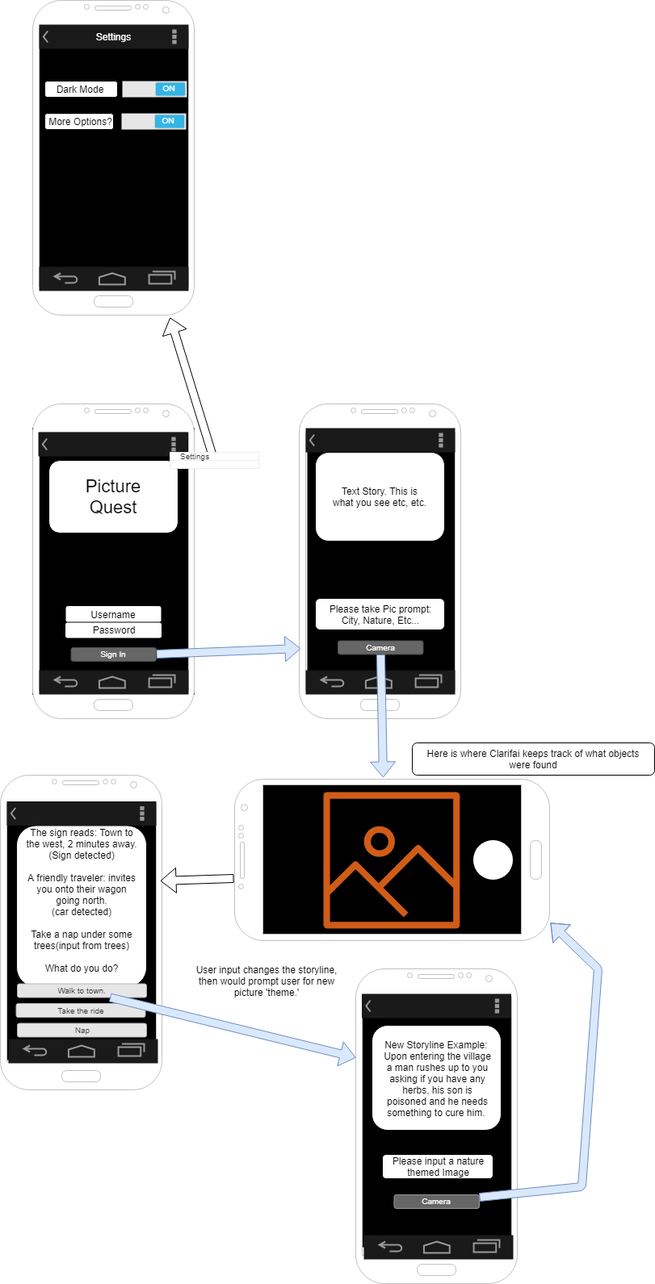
Before: docs/pqwireframe.png, a diagram exported from draw.io (balexander16/PictureQuest). Source tidied: cells renumbered, new cells last; positions are measured from the earlier drawing's top-left corner, leaving out a move shared by most shapes.
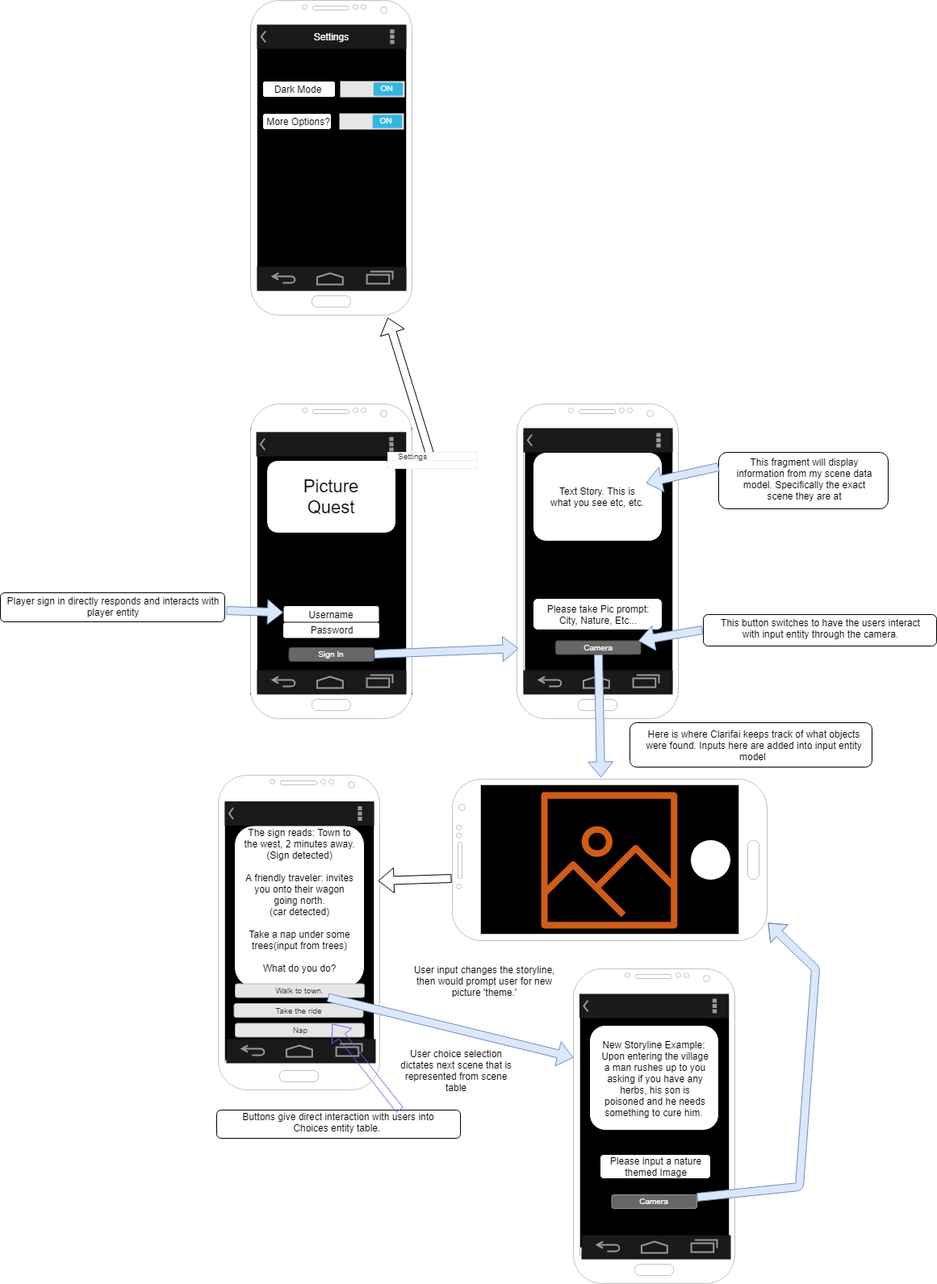
Later version of the same file.

What changed in the source:
```diff
@@ -9,7 +9,7 @@
       <mxGeometry y="1056" width="323" height="190" as="geometry" />
     </mxCell>
     <mxCell id="4" style="rounded=1;whiteSpace=wrap;html=1;fillColor=#FFFFFF;" parent="1" vertex="1">
-      <mxGeometry x="569" y="920" width="300" height="40" as="geometry" />
+      <mxGeometry x="569" y="895" width="300" height="55" as="geometry" />
     </mxCell>
     <mxCell id="5" style="rounded=0;whiteSpace=wrap;html=1;fillColor=#000000;" parent="1" vertex="1">
       <mxGeometry x="384" y="970" width="325" height="190" as="geometry" />
@@ -144,8 +144,8 @@
     <mxCell id="47" style="rounded=1;whiteSpace=wrap;html=1;fillColor=#FFFFFF;" parent="1" vertex="1">
       <mxGeometry x="79" y="1022.5" width="161" height="200" as="geometry" />
     </mxCell>
-    <mxCell id="48" value="Here is where Clarifai keeps track of what objects were found" style="text;html=1;strokeColor=none;fillColor=none;align=center;verticalAlign=middle;whiteSpace=wrap;rounded=0;" parent="1" vertex="1">
-      <mxGeometry x="579" y="920" width="280" height="40" as="geometry" />
+    <mxCell id="48" value="Here is where Clarifai keeps track of what objects were found. Inputs here are added into input entity model&amp;nbsp;" style="text;html=1;strokeColor=none;fillColor=none;align=center;verticalAlign=middle;whiteSpace=wrap;rounded=0;" parent="1" vertex="1">
+      <mxGeometry x="582.5" y="902.5" width="280" height="40" as="geometry" />
     </mxCell>
     <mxCell id="49" value="The sign reads: Town to the west, 2 minutes away.&lt;br&gt;(Sign detected)&lt;br&gt;&lt;br&gt;A friendly traveler: invites you onto their wagon going north.&lt;br&gt;(car detected)&lt;br&gt;&lt;br&gt;Take a nap under some trees(input from trees)&lt;br&gt;&lt;br&gt;What do you do?&lt;br&gt;" style="text;html=1;strokeColor=none;fillColor=none;align=center;verticalAlign=middle;whiteSpace=wrap;rounded=0;" parent="1" vertex="1">
       <mxGeometry x="89" y="1030" width="142" height="170" as="geometry" />
@@ -206,5 +206,46 @@
     <mxCell id="66" style="strokeWidth=1;html=1;shadow=0;dashed=0;shape=mxgraph.android.action_bar;fillColor=#1A1A1A;strokeColor=#c0c0c0;strokeWidth=2;fontColor=#FFFFFF;" parent="1" vertex="1">
       <mxGeometry x="437" y="530" width="185" height="30" as="geometry" />
     </mxCell>
+    <mxCell id="67" style="rounded=1;whiteSpace=wrap;html=1;" parent="1" vertex="1">
+      <mxGeometry x="679" y="560" width="210" height="70" as="geometry" />
+    </mxCell>
+    <mxCell id="68" value="This fragment will display information from my scene data model. Specifically the exact scene they are at" style="text;html=1;strokeColor=none;fillColor=none;align=center;verticalAlign=middle;whiteSpace=wrap;rounded=0;" parent="1" vertex="1">
+      <mxGeometry x="692" y="535" width="187" height="115" as="geometry" />
+    </mxCell>
+    <mxCell id="69" style="shape=flexArrow;endArrow=classic;html=1;exitX=0;exitY=0.25;exitDx=0;exitDy=0;entryX=1;entryY=0.25;entryDx=0;entryDy=0;strokeColor=#6c8ebf;fillColor=#dae8fc;" parent="1" edge="1" source="67" target="38">
+      <mxGeometry relative="1" as="geometry" />
+    </mxCell>
+    <mxCell id="70" style="rounded=1;whiteSpace=wrap;html=1;" parent="1" vertex="1">
+      <mxGeometry x="660" y="761" width="289" height="39" as="geometry" />
+    </mxCell>
+    <mxCell id="71" value="This button switches to have the users interact with input entity through the camera." style="text;html=1;strokeColor=none;fillColor=none;align=center;verticalAlign=middle;whiteSpace=wrap;rounded=0;" parent="1" vertex="1">
+      <mxGeometry x="672" y="768" width="267" height="20" as="geometry" />
+    </mxCell>
+    <mxCell id="72" style="shape=flexArrow;endArrow=classic;html=1;strokeColor=#6c8ebf;fillColor=#dae8fc;" parent="1" edge="1" target="41">
+      <mxGeometry relative="1" as="geometry">
+        <mxPoint x="659" y="780" as="sourcePoint" />
+      </mxGeometry>
+    </mxCell>
+    <mxCell id="73" style="rounded=1;whiteSpace=wrap;html=1;" parent="1" vertex="1">
+      <mxGeometry x="57" y="1375" width="302" height="35" as="geometry" />
+    </mxCell>
+    <mxCell id="74" value="Buttons give direct interaction with users into Choices entity table.&amp;nbsp;" style="text;html=1;strokeColor=none;fillColor=none;align=center;verticalAlign=middle;whiteSpace=wrap;rounded=0;" parent="1" vertex="1">
+      <mxGeometry x="67" y="1380" width="282" height="20" as="geometry" />
+    </mxCell>
+    <mxCell id="75" style="shape=flexArrow;endArrow=classic;html=1;strokeColor=#6666FF;entryX=0.75;entryY=0;entryDx=0;entryDy=0;exitX=0.75;exitY=0;exitDx=0;exitDy=0;" parent="1" edge="1" source="73" target="52">
+      <mxGeometry relative="1" as="geometry" />
+    </mxCell>
+    <mxCell id="76" style="rounded=1;whiteSpace=wrap;html=1;" parent="1" vertex="1">
+      <mxGeometry x="-211" y="734" width="278" height="36" as="geometry" />
+    </mxCell>
+    <mxCell id="77" value="Player sign in directly responds and interacts with player entity" style="text;html=1;strokeColor=none;fillColor=none;align=center;verticalAlign=middle;whiteSpace=wrap;rounded=0;" parent="1" vertex="1">
+      <mxGeometry x="-211" y="741" width="280" height="20" as="geometry" />
+    </mxCell>
+    <mxCell id="78" style="shape=flexArrow;endArrow=classic;html=1;strokeColor=#6c8ebf;exitX=1;exitY=0.75;exitDx=0;exitDy=0;fillColor=#dae8fc;" parent="1" edge="1" source="77" target="14">
+      <mxGeometry relative="1" as="geometry" />
+    </mxCell>
+    <mxCell id="79" value="User choice selection dictates next scene that is represented from scene table" style="text;html=1;strokeColor=none;fillColor=none;align=center;verticalAlign=middle;whiteSpace=wrap;rounded=0;" parent="1" vertex="1">
+      <mxGeometry x="279" y="1284.5" width="150" height="82" as="geometry" />
+    </mxCell>
   </root>
 </mxGraphModel>
```
